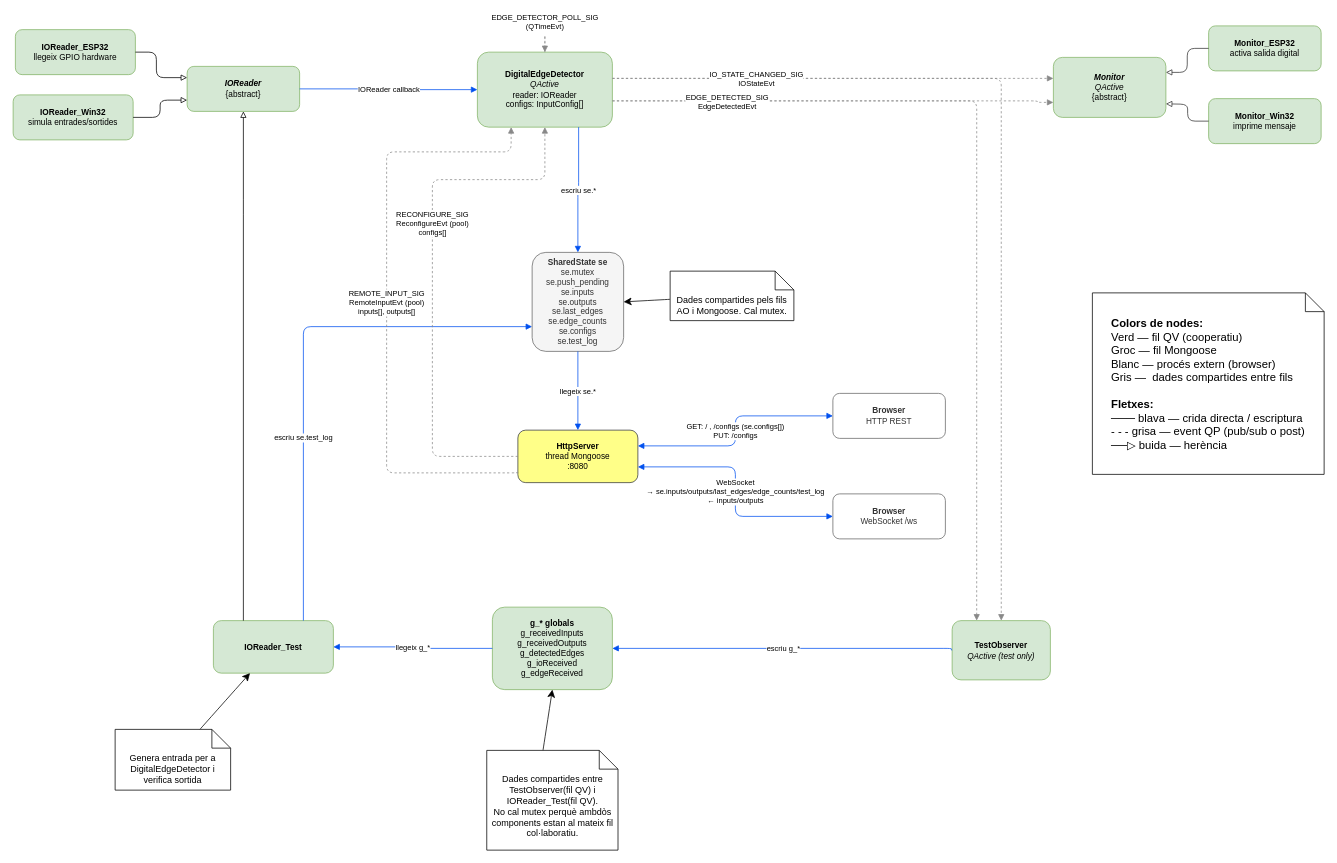
Before: docs/sistema.drawio in peperono/digital_inputs_detector, a draw.io diagram. Source tidied: cells renumbered, new cells numbered last; positions are measured from the earlier drawing's top-left corner, leaving out a move shared by most shapes. Both pictures are drawn from the tidied source at 75%, with x=0, y=0 at pixel (13, 22).
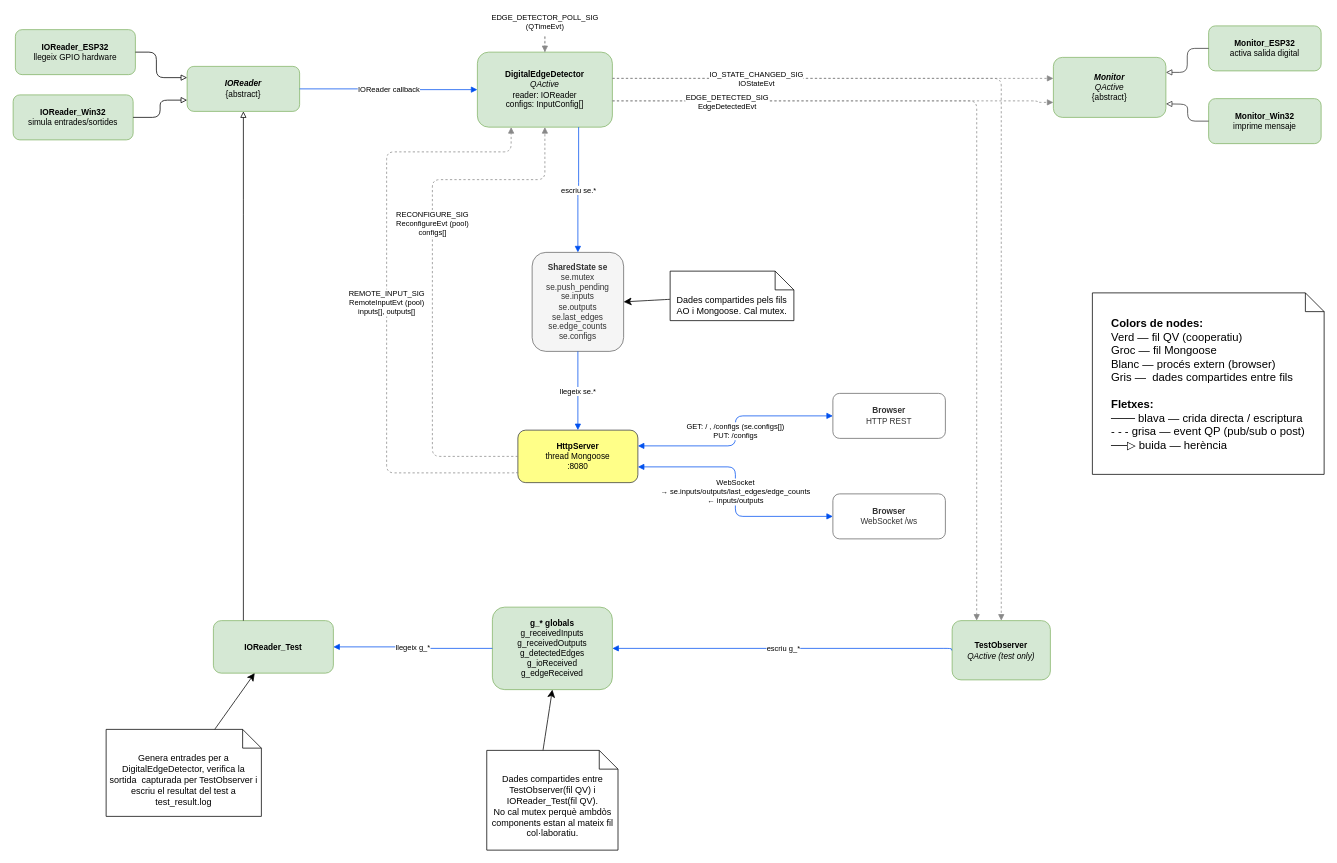
The same diagram, later.

Commit message (it also covers changes not shown here):
Guardar log de test en fitxer i simplificar arquitectura

Unchanged cells that the change refers to:
```xml
<mxCell id="5" value="&lt;b&gt;IOReader_Test&lt;/b&gt;" style="rounded=1;whiteSpace=wrap;html=1;fillColor=#d5e8d4;strokeColor=#82b366;fontSize=11;" parent="1" vertex="1">
  <mxGeometry x="267" y="798" width="160" height="70" as="geometry" />
</mxCell>
<mxCell id="21" value="&lt;b&gt;HttpServer&lt;/b&gt;&lt;div&gt;thread Mongoose&lt;/div&gt;&lt;div&gt;:8080&lt;/div&gt;" style="rounded=1;whiteSpace=wrap;html=1;fillColor=#ffff88;strokeColor=#36393d;fontSize=11;" parent="1" vertex="1">
  <mxGeometry x="673" y="544" width="160" height="70" as="geometry" />
</mxCell>
<mxCell id="22" value="&lt;b&gt;Browser&lt;/b&gt;&lt;div&gt;WebSocket /ws&lt;/div&gt;" style="rounded=1;whiteSpace=wrap;html=1;fillColor=#ffffff;strokeColor=#666666;fontColor=#333333;fontSize=11;" parent="1" vertex="1">
  <mxGeometry x="1093" y="629" width="150" height="60" as="geometry" />
</mxCell>
```

Change to the diagram source:
```diff
@@
-    <mxCell id="7" value="escriu se.test_log" style="edgeStyle=orthogonalEdgeStyle;html=1;fontSize=10;strokeColor=#0050ef;endArrow=block;endFill=1;exitX=0.75;exitY=0;exitDx=0;exitDy=0;entryX=0;entryY=0.75;entryDx=0;entryDy=0;" parent="1" edge="1" source="5" target="20">
-      <mxGeometry x="-0.3" relative="1" as="geometry">
-        <Array as="points">
-          <mxPoint x="387" y="406" />
-        </Array>
-      </mxGeometry>
-    </mxCell>
@@
-    <mxCell id="20" value="&lt;b&gt;SharedState se&lt;/b&gt;&lt;div&gt;&lt;span style=&quot;background-color: transparent; color: light-dark(rgb(51, 51, 51), rgb(193, 193, 193));&quot;&gt;se.mutex&lt;/span&gt;&lt;/div&gt;&lt;div&gt;&lt;span style=&quot;background-color: transparent; color: light-dark(rgb(51, 51, 51), rgb(193, 193, 193));&quot;&gt;se.push_pending&lt;/span&gt;&lt;/div&gt;&lt;div&gt;&lt;span style=&quot;background-color: transparent; color: light-dark(rgb(51, 51, 51), rgb(193, 193, 193));&quot;&gt;se.inputs&lt;/span&gt;&lt;/div&gt;&lt;div&gt;se.outputs&lt;/div&gt;&lt;div&gt;se.last_edges&lt;/div&gt;&lt;div&gt;se.edge_counts&lt;/div&gt;&lt;div&gt;&lt;span style=&quot;background-color: transparent; color: light-dark(rgb(51, 51, 51), rgb(193, 193, 193));&quot;&gt;se.configs&lt;/span&gt;&lt;/div&gt;&lt;div&gt;&lt;span style=&quot;background-color: transparent; color: light-dark(rgb(51, 51, 51), rgb(193, 193, 193));&quot;&gt;se.test_log&lt;/span&gt;&lt;/div&gt;" style="rounded=1;whiteSpace=wrap;html=1;fillColor=#f5f5f5;strokeColor=#666666;fontSize=11;fontColor=#333333;" parent="1" vertex="1">
+    <mxCell id="20" value="&lt;b&gt;SharedState se&lt;/b&gt;&lt;div&gt;&lt;span style=&quot;background-color: transparent; color: light-dark(rgb(51, 51, 51), rgb(193, 193, 193));&quot;&gt;se.mutex&lt;/span&gt;&lt;/div&gt;&lt;div&gt;&lt;span style=&quot;background-color: transparent; color: light-dark(rgb(51, 51, 51), rgb(193, 193, 193));&quot;&gt;se.push_pending&lt;/span&gt;&lt;/div&gt;&lt;div&gt;&lt;span style=&quot;background-color: transparent; color: light-dark(rgb(51, 51, 51), rgb(193, 193, 193));&quot;&gt;se.inputs&lt;/span&gt;&lt;/div&gt;&lt;div&gt;se.outputs&lt;/div&gt;&lt;div&gt;se.last_edges&lt;/div&gt;&lt;div&gt;se.edge_counts&lt;/div&gt;&lt;div&gt;&lt;span style=&quot;background-color: transparent; color: light-dark(rgb(51, 51, 51), rgb(193, 193, 193));&quot;&gt;se.configs&lt;/span&gt;&lt;/div&gt;" style="rounded=1;whiteSpace=wrap;html=1;fillColor=#f5f5f5;strokeColor=#666666;fontSize=11;fontColor=#333333;" parent="1" vertex="1">
       <mxGeometry x="692" y="307" width="122" height="132" as="geometry" />
     </mxCell>
@@
-    <mxCell id="25" value="WebSocket&lt;div&gt;→ se.inputs/outputs/last_edges/edge_counts/test_log&lt;/div&gt;&lt;div&gt;← inputs/outputs&lt;/div&gt;" style="edgeStyle=orthogonalEdgeStyle;html=1;fontSize=10;strokeColor=#0050ef;startArrow=block;startFill=1;endArrow=block;endFill=1;exitX=1;exitY=0.7;exitDx=0;exitDy=0;entryX=0;entryY=0.5;entryDx=0;entryDy=0;" parent="1" edge="1" source="21" target="22">
+    <mxCell id="25" value="WebSocket&lt;div&gt;→ se.inputs/outputs/last_edges/edge_counts&lt;/div&gt;&lt;div&gt;← inputs/outputs&lt;/div&gt;" style="edgeStyle=orthogonalEdgeStyle;html=1;fontSize=10;strokeColor=#0050ef;startArrow=block;startFill=1;endArrow=block;endFill=1;exitX=1;exitY=0.7;exitDx=0;exitDy=0;entryX=0;entryY=0.5;entryDx=0;entryDy=0;" parent="1" edge="1" source="21" target="22">
       <mxGeometry relative="1" as="geometry" />
     </mxCell>
@@
-    <mxCell id="39" value="Genera entrada per a DigitalEdgeDetector i verifica sortida" style="shape=note2;boundedLbl=1;whiteSpace=wrap;html=1;size=25;verticalAlign=top;align=center;" parent="1" vertex="1">
-      <mxGeometry x="136" y="943" width="154" height="81" as="geometry" />
+    <mxCell id="39" value="Genera entrades per a DigitalEdgeDetector, verifica la sortida&amp;nbsp; capturada per TestObserver i escriu el resultat del test a test_result.log" style="shape=note2;boundedLbl=1;whiteSpace=wrap;html=1;size=25;verticalAlign=top;align=center;" parent="1" vertex="1">
+      <mxGeometry x="124" y="943" width="207" height="116" as="geometry" />
     </mxCell>
```
